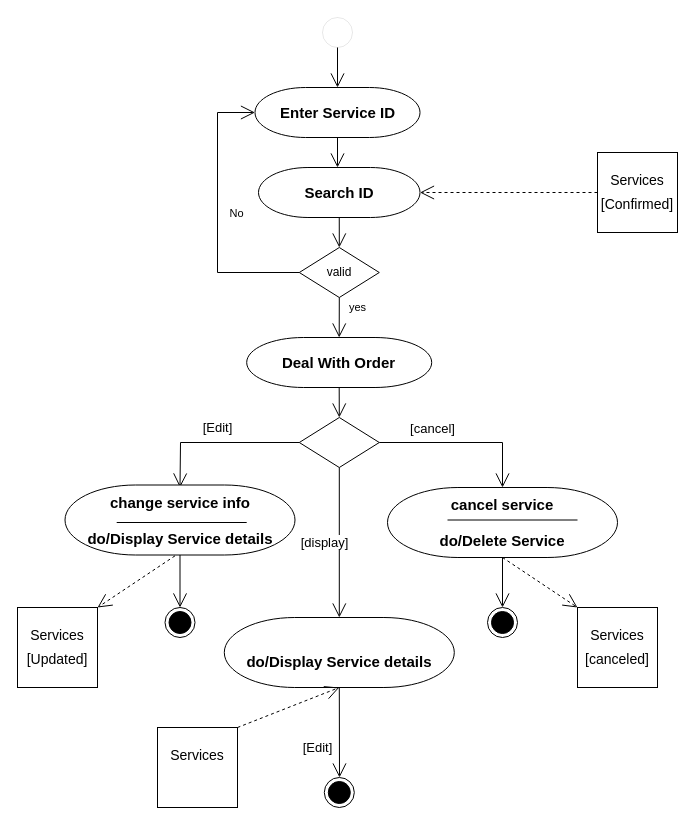
Above: page "Manage order" (3 of 8) of Untitled Diagram.drawio in adhamfayrouzamf/drawio (draw.io), before the change. Source tidied: cells renumbered, new cells numbered last; positions are measured from the earlier drawing's top-left corner, leaving out a move shared by most shapes. Both pictures are drawn from the tidied source at 100%, with x=0, y=0 at pixel (17, 17).
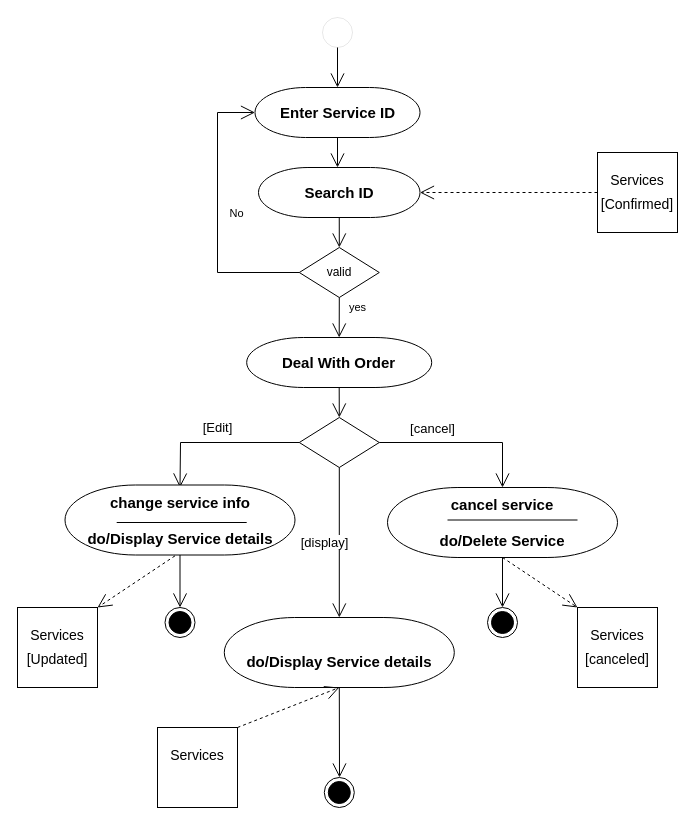
The same page after the edit.

Unchanged cells that the change refers to:
```xml
<mxCell id="33" value="&lt;b&gt;&lt;font style=&quot;font-size: 15px&quot;&gt;&amp;nbsp;&lt;br&gt;do/Display Service details&lt;br&gt;&lt;/font&gt;&lt;/b&gt;" style="strokeWidth=1;html=1;shape=mxgraph.flowchart.terminator;whiteSpace=wrap;shadow=0;glass=0;sketch=0;gradientColor=none;spacingLeft=0;" parent="1" vertex="1">
  <mxGeometry x="206.8" y="600" width="230" height="70" as="geometry" />
</mxCell>
```

What changed in the source:
```diff
@@
-    <mxCell id="37" value="[Edit]" style="endArrow=open;endFill=1;endSize=12;html=1;rounded=0;spacingLeft=0;exitX=0.5;exitY=1;exitDx=0;exitDy=0;fontSize=13;exitPerimeter=0;" parent="1" edge="1" source="33">
-      <mxGeometry x="0.33" y="-22" relative="1" as="geometry">
+    <mxCell id="37" style="endArrow=open;endFill=1;endSize=12;html=1;rounded=0;spacingLeft=0;exitX=0.5;exitY=1;exitDx=0;exitDy=0;fontSize=13;exitPerimeter=0;" parent="1" edge="1" source="33">
+      <mxGeometry x="-0.59" y="-482" relative="1" as="geometry">
         <mxPoint x="322" y="760" as="targetPoint" />
       </mxGeometry>
     </mxCell>
```
